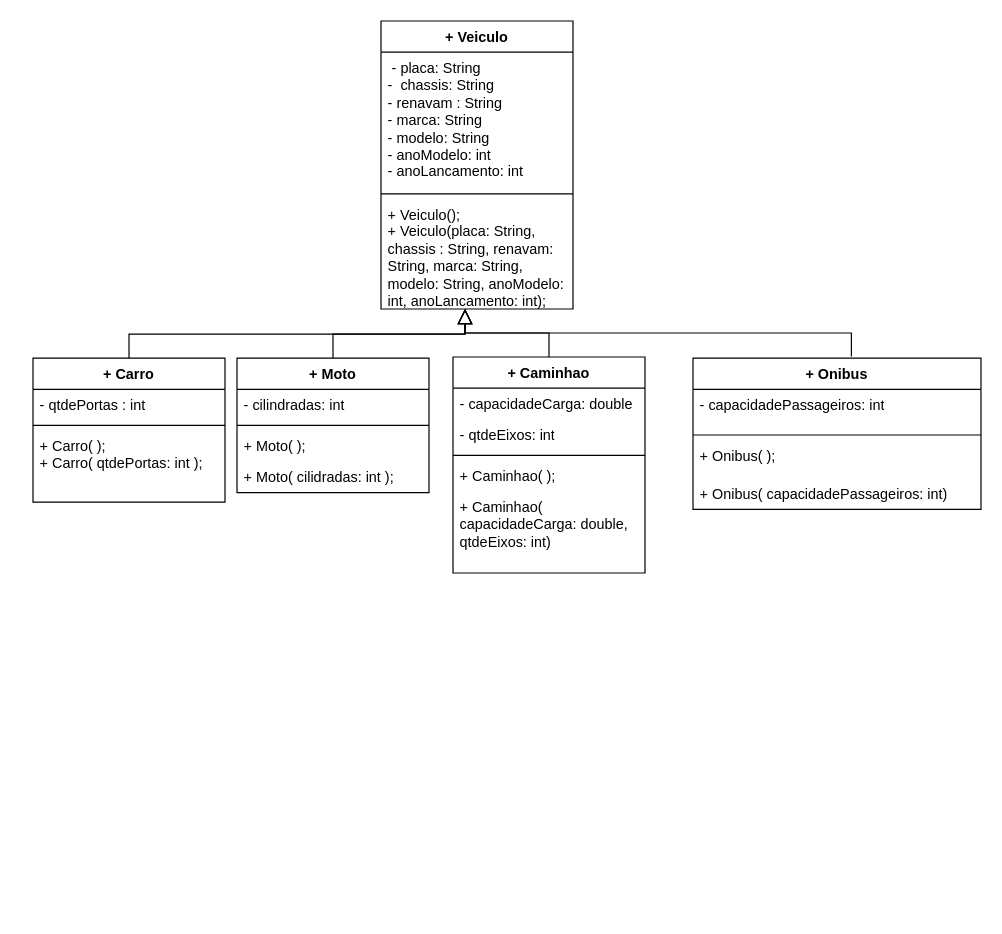
Above: Análise e Projetos Orientados a Objetos/Lista03/Diagrama sem nome.drawio in Krittz/IFTM-ADS (draw.io), before the change. Source tidied: cells renumbered, new cells numbered last; positions are measured from the earlier drawing's top-left corner, leaving out a move shared by most shapes. Both pictures are drawn from the tidied source at 120%, with x=0, y=0 at pixel (32, 20).
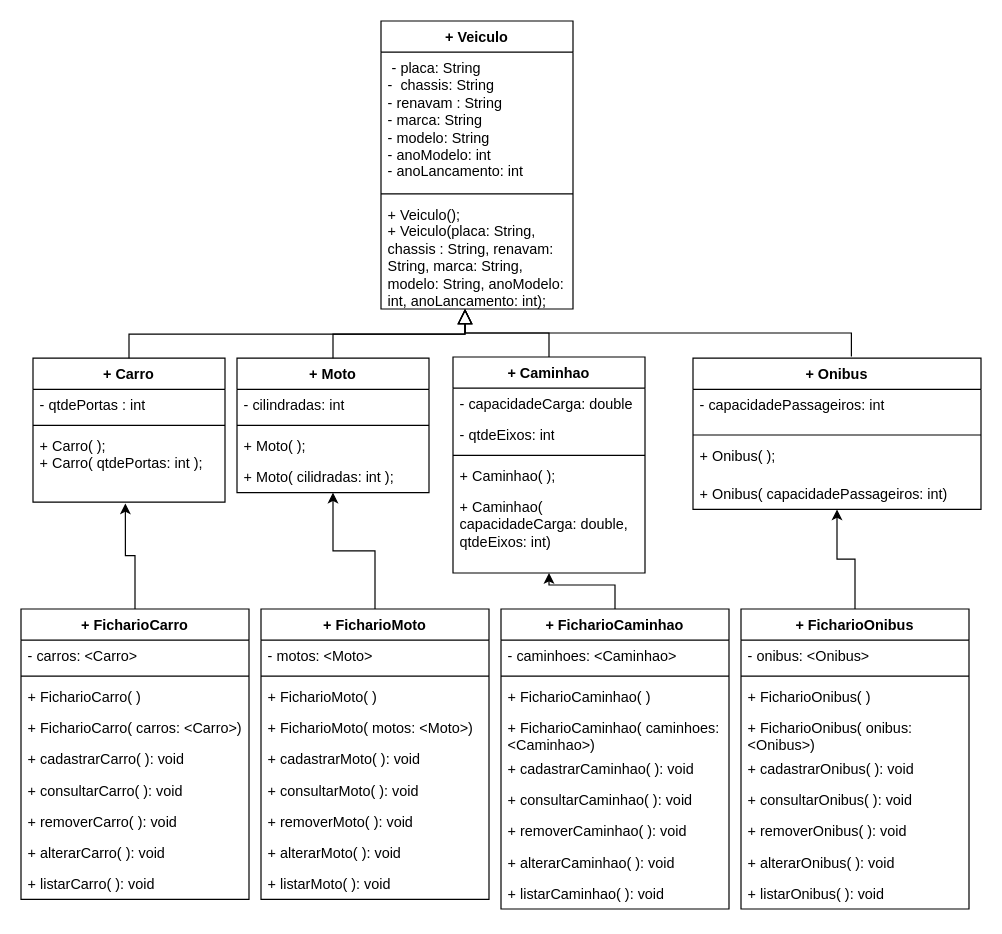
The same diagram, later.

Unchanged cells that the change refers to:
```xml
<mxCell id="9" value="+ Carro( );&lt;br&gt;+ Carro( qtdePortas: int );" style="text;strokeColor=none;fillColor=none;align=left;verticalAlign=top;spacingLeft=4;spacingRight=4;overflow=hidden;points=[[0,0.5],[1,0.5]];portConstraint=eastwest;whiteSpace=wrap;html=1;" parent="6" vertex="1">
  <mxGeometry y="60" width="160" height="60" as="geometry" />
</mxCell>
<mxCell id="10" value="+ Moto" style="swimlane;fontStyle=1;align=center;verticalAlign=top;horizontal=1;startSize=26;whiteSpace=wrap;html=1;" parent="1" vertex="1">
  <mxGeometry x="170" y="281" width="160" height="112" as="geometry" />
</mxCell>
<mxCell id="15" value="+ Caminhao&lt;br&gt;" style="swimlane;fontStyle=1;align=center;verticalAlign=top;horizontal=1;startSize=26;whiteSpace=wrap;html=1;" parent="1" vertex="1">
  <mxGeometry x="350" y="280" width="160" height="180" as="geometry" />
</mxCell>
<mxCell id="24" value="+ Onibus&lt;br&gt;" style="swimlane;fontStyle=1;align=center;verticalAlign=top;horizontal=1;startSize=26;whiteSpace=wrap;html=1;" parent="1" vertex="1">
  <mxGeometry x="550" y="281" width="240" height="126" as="geometry" />
</mxCell>
```

Diff of the diagram source:
```diff
@@
+    <mxCell id="30" style="edgeStyle=orthogonalEdgeStyle;rounded=0;jettySize=auto;html=1;entryX=0.481;entryY=1.017;entryDx=0;entryDy=0;entryPerimeter=0;" parent="1" edge="1" source="31" target="9">
+      <mxGeometry relative="1" as="geometry" />
+    </mxCell>
+    <mxCell id="31" value="+ FicharioCarro" style="swimlane;fontStyle=1;align=center;verticalAlign=top;horizontal=1;startSize=26;whiteSpace=wrap;html=1;" parent="1" vertex="1">
+      <mxGeometry x="-10" y="490" width="190" height="242" as="geometry" />
+    </mxCell>
+    <mxCell id="32" value="- carros: &amp;lt;Carro&amp;gt;&lt;br&gt;" style="text;strokeColor=none;fillColor=none;align=left;verticalAlign=top;spacingLeft=4;spacingRight=4;overflow=hidden;whiteSpace=wrap;html=1;" parent="31" vertex="1">
+      <mxGeometry y="26" width="190" height="26" as="geometry" />
+    </mxCell>
+    <mxCell id="33" style="line;strokeWidth=1;fillColor=none;align=left;verticalAlign=middle;spacingTop=-1;spacingLeft=3;spacingRight=3;labelPosition=right;strokeColor=inherit;" parent="31" vertex="1">
+      <mxGeometry y="52" width="190" height="8" as="geometry" />
+    </mxCell>
+    <mxCell id="34" value="+ FicharioCarro( )" style="text;strokeColor=none;fillColor=none;align=left;verticalAlign=top;spacingLeft=4;spacingRight=4;overflow=hidden;whiteSpace=wrap;html=1;" parent="31" vertex="1">
+      <mxGeometry y="60" width="190" height="26" as="geometry" />
+    </mxCell>
+    <mxCell id="35" value="+ FicharioCarro( carros: &amp;lt;Carro&amp;gt;)" style="text;strokeColor=none;fillColor=none;align=left;verticalAlign=top;spacingLeft=4;spacingRight=4;overflow=hidden;whiteSpace=wrap;html=1;" parent="31" vertex="1">
+      <mxGeometry y="86" width="190" height="26" as="geometry" />
+    </mxCell>
+    <mxCell id="36" value="+ cadastrarCarro( ): void" style="text;strokeColor=none;fillColor=none;align=left;verticalAlign=top;spacingLeft=4;spacingRight=4;overflow=hidden;whiteSpace=wrap;html=1;" parent="31" vertex="1">
+      <mxGeometry y="112" width="190" height="26" as="geometry" />
+    </mxCell>
+    <mxCell id="37" value="+ consultarCarro( ): void" style="text;strokeColor=none;fillColor=none;align=left;verticalAlign=top;spacingLeft=4;spacingRight=4;overflow=hidden;whiteSpace=wrap;html=1;" parent="31" vertex="1">
+      <mxGeometry y="138" width="190" height="26" as="geometry" />
+    </mxCell>
+    <mxCell id="38" value="+ removerCarro( ): void" style="text;strokeColor=none;fillColor=none;align=left;verticalAlign=top;spacingLeft=4;spacingRight=4;overflow=hidden;whiteSpace=wrap;html=1;" parent="31" vertex="1">
+      <mxGeometry y="164" width="190" height="26" as="geometry" />
+    </mxCell>
+    <mxCell id="39" value="+ alterarCarro( ): void" style="text;strokeColor=none;fillColor=none;align=left;verticalAlign=top;spacingLeft=4;spacingRight=4;overflow=hidden;whiteSpace=wrap;html=1;" parent="31" vertex="1">
+      <mxGeometry y="190" width="190" height="26" as="geometry" />
+    </mxCell>
+    <mxCell id="40" value="+ listarCarro( ): void" style="text;strokeColor=none;fillColor=none;align=left;verticalAlign=top;spacingLeft=4;spacingRight=4;overflow=hidden;whiteSpace=wrap;html=1;" parent="31" vertex="1">
+      <mxGeometry y="216" width="190" height="26" as="geometry" />
+    </mxCell>
+    <mxCell id="41" style="edgeStyle=orthogonalEdgeStyle;rounded=0;jettySize=auto;html=1;" parent="1" edge="1" source="42" target="10">
+      <mxGeometry relative="1" as="geometry" />
+    </mxCell>
+    <mxCell id="42" value="+ FicharioMoto" style="swimlane;fontStyle=1;align=center;verticalAlign=top;horizontal=1;startSize=26;whiteSpace=wrap;html=1;" parent="1" vertex="1">
+      <mxGeometry x="190" y="490" width="190" height="242" as="geometry" />
+    </mxCell>
+    <mxCell id="43" value="- motos: &amp;lt;Moto&amp;gt;" style="text;strokeColor=none;fillColor=none;align=left;verticalAlign=top;spacingLeft=4;spacingRight=4;overflow=hidden;whiteSpace=wrap;html=1;" parent="42" vertex="1">
+      <mxGeometry y="26" width="190" height="26" as="geometry" />
+    </mxCell>
+    <mxCell id="44" style="line;strokeWidth=1;fillColor=none;align=left;verticalAlign=middle;spacingTop=-1;spacingLeft=3;spacingRight=3;labelPosition=right;strokeColor=inherit;" parent="42" vertex="1">
+      <mxGeometry y="52" width="190" height="8" as="geometry" />
+    </mxCell>
+    <mxCell id="45" value="+ FicharioMoto( )" style="text;strokeColor=none;fillColor=none;align=left;verticalAlign=top;spacingLeft=4;spacingRight=4;overflow=hidden;whiteSpace=wrap;html=1;" parent="42" vertex="1">
+      <mxGeometry y="60" width="190" height="26" as="geometry" />
+    </mxCell>
+    <mxCell id="46" value="+ FicharioMoto( motos: &amp;lt;Moto&amp;gt;)" style="text;strokeColor=none;fillColor=none;align=left;verticalAlign=top;spacingLeft=4;spacingRight=4;overflow=hidden;whiteSpace=wrap;html=1;" parent="42" vertex="1">
+      <mxGeometry y="86" width="190" height="26" as="geometry" />
+    </mxCell>
+    <mxCell id="47" value="+ cadastrarMoto( ): void" style="text;strokeColor=none;fillColor=none;align=left;verticalAlign=top;spacingLeft=4;spacingRight=4;overflow=hidden;whiteSpace=wrap;html=1;" parent="42" vertex="1">
+      <mxGeometry y="112" width="190" height="26" as="geometry" />
+    </mxCell>
+    <mxCell id="48" value="+ consultarMoto( ): void" style="text;strokeColor=none;fillColor=none;align=left;verticalAlign=top;spacingLeft=4;spacingRight=4;overflow=hidden;whiteSpace=wrap;html=1;" parent="42" vertex="1">
+      <mxGeometry y="138" width="190" height="26" as="geometry" />
+    </mxCell>
+    <mxCell id="49" value="+ removerMoto( ): void" style="text;strokeColor=none;fillColor=none;align=left;verticalAlign=top;spacingLeft=4;spacingRight=4;overflow=hidden;whiteSpace=wrap;html=1;" parent="42" vertex="1">
+      <mxGeometry y="164" width="190" height="26" as="geometry" />
+    </mxCell>
+    <mxCell id="50" value="+ alterarMoto( ): void" style="text;strokeColor=none;fillColor=none;align=left;verticalAlign=top;spacingLeft=4;spacingRight=4;overflow=hidden;whiteSpace=wrap;html=1;" parent="42" vertex="1">
+      <mxGeometry y="190" width="190" height="26" as="geometry" />
+    </mxCell>
+    <mxCell id="51" value="+ listarMoto( ): void" style="text;strokeColor=none;fillColor=none;align=left;verticalAlign=top;spacingLeft=4;spacingRight=4;overflow=hidden;whiteSpace=wrap;html=1;" parent="42" vertex="1">
+      <mxGeometry y="216" width="190" height="26" as="geometry" />
+    </mxCell>
+    <mxCell id="52" style="edgeStyle=orthogonalEdgeStyle;rounded=0;jettySize=auto;html=1;" parent="1" edge="1" source="53" target="15">
+      <mxGeometry relative="1" as="geometry" />
+    </mxCell>
+    <mxCell id="53" value="+ FicharioCaminhao" style="swimlane;fontStyle=1;align=center;verticalAlign=top;horizontal=1;startSize=26;whiteSpace=wrap;html=1;" parent="1" vertex="1">
+      <mxGeometry x="390" y="490" width="190" height="250" as="geometry" />
+    </mxCell>
+    <mxCell id="54" value="- caminhoes: &amp;lt;Caminhao&amp;gt;" style="text;strokeColor=none;fillColor=none;align=left;verticalAlign=top;spacingLeft=4;spacingRight=4;overflow=hidden;whiteSpace=wrap;html=1;" parent="53" vertex="1">
+      <mxGeometry y="26" width="190" height="26" as="geometry" />
+    </mxCell>
+    <mxCell id="55" style="line;strokeWidth=1;fillColor=none;align=left;verticalAlign=middle;spacingTop=-1;spacingLeft=3;spacingRight=3;labelPosition=right;strokeColor=inherit;" parent="53" vertex="1">
+      <mxGeometry y="52" width="190" height="8" as="geometry" />
+    </mxCell>
+    <mxCell id="56" value="+ FicharioCaminhao( )" style="text;strokeColor=none;fillColor=none;align=left;verticalAlign=top;spacingLeft=4;spacingRight=4;overflow=hidden;whiteSpace=wrap;html=1;" parent="53" vertex="1">
+      <mxGeometry y="60" width="190" height="26" as="geometry" />
+    </mxCell>
+    <mxCell id="57" value="+ FicharioCaminhao( caminhoes: &amp;lt;Caminhao&amp;gt;)" style="text;strokeColor=none;fillColor=none;align=left;verticalAlign=top;spacingLeft=4;spacingRight=4;overflow=hidden;whiteSpace=wrap;html=1;" parent="53" vertex="1">
+      <mxGeometry y="86" width="190" height="34" as="geometry" />
+    </mxCell>
+    <mxCell id="58" value="+ cadastrarCaminhao( ): void" style="text;strokeColor=none;fillColor=none;align=left;verticalAlign=top;spacingLeft=4;spacingRight=4;overflow=hidden;whiteSpace=wrap;html=1;" parent="53" vertex="1">
+      <mxGeometry y="120" width="190" height="26" as="geometry" />
+    </mxCell>
+    <mxCell id="59" value="+ consultarCaminhao( ): void" style="text;strokeColor=none;fillColor=none;align=left;verticalAlign=top;spacingLeft=4;spacingRight=4;overflow=hidden;whiteSpace=wrap;html=1;" parent="53" vertex="1">
+      <mxGeometry y="146" width="190" height="26" as="geometry" />
+    </mxCell>
+    <mxCell id="60" value="+ removerCaminhao( ): void" style="text;strokeColor=none;fillColor=none;align=left;verticalAlign=top;spacingLeft=4;spacingRight=4;overflow=hidden;whiteSpace=wrap;html=1;" parent="53" vertex="1">
+      <mxGeometry y="172" width="190" height="26" as="geometry" />
+    </mxCell>
+    <mxCell id="61" value="+ alterarCaminhao( ): void" style="text;strokeColor=none;fillColor=none;align=left;verticalAlign=top;spacingLeft=4;spacingRight=4;overflow=hidden;whiteSpace=wrap;html=1;" parent="53" vertex="1">
+      <mxGeometry y="198" width="190" height="26" as="geometry" />
+    </mxCell>
+    <mxCell id="62" value="+ listarCaminhao( ): void" style="text;strokeColor=none;fillColor=none;align=left;verticalAlign=top;spacingLeft=4;spacingRight=4;overflow=hidden;whiteSpace=wrap;html=1;" parent="53" vertex="1">
+      <mxGeometry y="224" width="190" height="26" as="geometry" />
+    </mxCell>
+    <mxCell id="63" style="edgeStyle=orthogonalEdgeStyle;rounded=0;jettySize=auto;html=1;" parent="1" edge="1" source="64" target="24">
+      <mxGeometry relative="1" as="geometry" />
+    </mxCell>
+    <mxCell id="64" value="+ FicharioOnibus" style="swimlane;fontStyle=1;align=center;verticalAlign=top;horizontal=1;startSize=26;whiteSpace=wrap;html=1;" parent="1" vertex="1">
+      <mxGeometry x="590" y="490" width="190" height="250" as="geometry" />
+    </mxCell>
+    <mxCell id="65" value="- onibus: &amp;lt;Onibus&amp;gt;" style="text;strokeColor=none;fillColor=none;align=left;verticalAlign=top;spacingLeft=4;spacingRight=4;overflow=hidden;whiteSpace=wrap;html=1;" parent="64" vertex="1">
+      <mxGeometry y="26" width="190" height="26" as="geometry" />
+    </mxCell>
+    <mxCell id="66" style="line;strokeWidth=1;fillColor=none;align=left;verticalAlign=middle;spacingTop=-1;spacingLeft=3;spacingRight=3;labelPosition=right;strokeColor=inherit;" parent="64" vertex="1">
+      <mxGeometry y="52" width="190" height="8" as="geometry" />
+    </mxCell>
+    <mxCell id="67" value="+ FicharioOnibus( )" style="text;strokeColor=none;fillColor=none;align=left;verticalAlign=top;spacingLeft=4;spacingRight=4;overflow=hidden;whiteSpace=wrap;html=1;" parent="64" vertex="1">
+      <mxGeometry y="60" width="190" height="26" as="geometry" />
+    </mxCell>
+    <mxCell id="68" value="+ FicharioOnibus( onibus: &amp;lt;Onibus&amp;gt;)" style="text;strokeColor=none;fillColor=none;align=left;verticalAlign=top;spacingLeft=4;spacingRight=4;overflow=hidden;whiteSpace=wrap;html=1;" parent="64" vertex="1">
+      <mxGeometry y="86" width="190" height="34" as="geometry" />
+    </mxCell>
+    <mxCell id="69" value="+ cadastrarOnibus( ): void" style="text;strokeColor=none;fillColor=none;align=left;verticalAlign=top;spacingLeft=4;spacingRight=4;overflow=hidden;whiteSpace=wrap;html=1;" parent="64" vertex="1">
+      <mxGeometry y="120" width="190" height="26" as="geometry" />
+    </mxCell>
+    <mxCell id="70" value="+ consultarOnibus( ): void" style="text;strokeColor=none;fillColor=none;align=left;verticalAlign=top;spacingLeft=4;spacingRight=4;overflow=hidden;whiteSpace=wrap;html=1;" parent="64" vertex="1">
+      <mxGeometry y="146" width="190" height="26" as="geometry" />
+    </mxCell>
+    <mxCell id="71" value="+ removerOnibus( ): void" style="text;strokeColor=none;fillColor=none;align=left;verticalAlign=top;spacingLeft=4;spacingRight=4;overflow=hidden;whiteSpace=wrap;html=1;" parent="64" vertex="1">
+      <mxGeometry y="172" width="190" height="26" as="geometry" />
+    </mxCell>
+    <mxCell id="72" value="+ alterarOnibus( ): void" style="text;strokeColor=none;fillColor=none;align=left;verticalAlign=top;spacingLeft=4;spacingRight=4;overflow=hidden;whiteSpace=wrap;html=1;" parent="64" vertex="1">
+      <mxGeometry y="198" width="190" height="26" as="geometry" />
+    </mxCell>
+    <mxCell id="73" value="+ listarOnibus( ): void" style="text;strokeColor=none;fillColor=none;align=left;verticalAlign=top;spacingLeft=4;spacingRight=4;overflow=hidden;whiteSpace=wrap;html=1;" parent="64" vertex="1">
+      <mxGeometry y="224" width="190" height="26" as="geometry" />
+    </mxCell>
```
